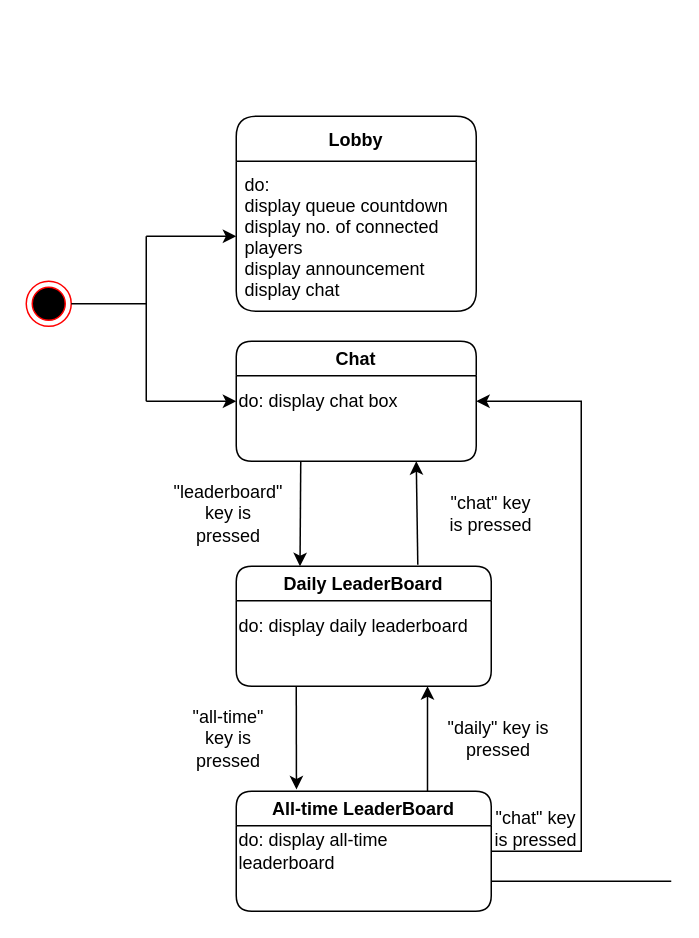
muratcanakcay/PW-SE1-TypeRacer keeps this draw.io diagram as TypeRacerGameState.drawio. Above is the earlier version. Source tidied: cells renumbered, new cells numbered last; positions are measured from the earlier drawing's top-left corner, leaving out a move shared by most shapes. Both pictures are drawn from the tidied source at 150%, with x=0, y=0 at pixel (26, 116).
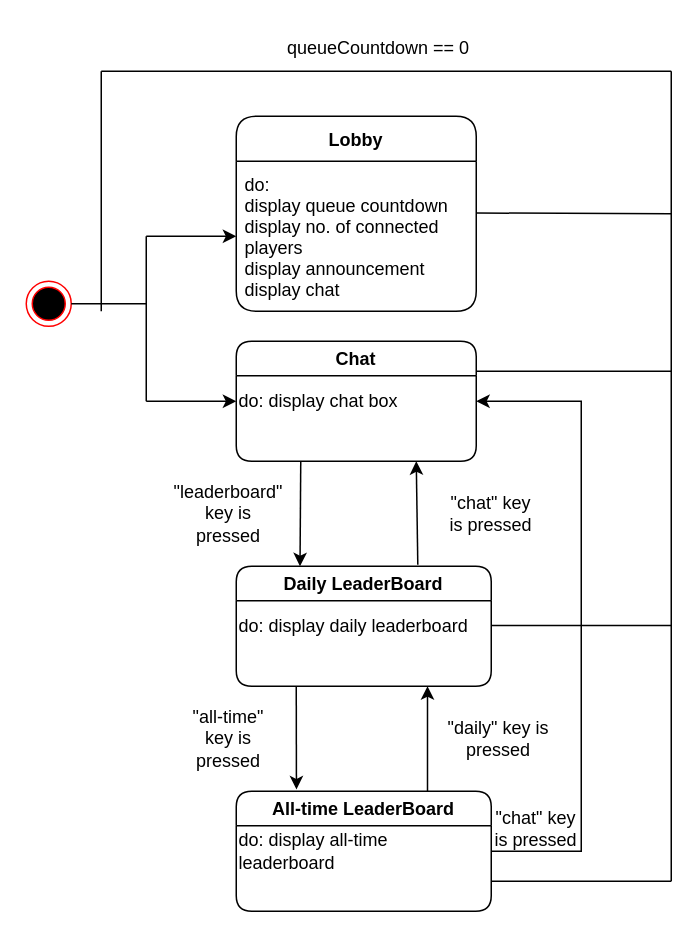
The same page after the edit.

Change to the diagram source:
```diff
@@
+    <mxCell id="26" style="endArrow=none;html=1;rounded=0;exitX=1;exitY=0.75;exitDx=0;exitDy=0;" parent="1" edge="1">
+      <mxGeometry relative="1" as="geometry">
+        <mxPoint x="310" y="339.5" as="sourcePoint" />
+        <mxPoint x="430" y="339.5" as="targetPoint" />
+      </mxGeometry>
+    </mxCell>
+    <mxCell id="27" style="endArrow=none;html=1;rounded=0;exitX=1;exitY=0.75;exitDx=0;exitDy=0;" parent="1" edge="1">
+      <mxGeometry relative="1" as="geometry">
+        <mxPoint x="300" y="170" as="sourcePoint" />
+        <mxPoint x="430" y="170" as="targetPoint" />
+      </mxGeometry>
+    </mxCell>
+    <mxCell id="28" style="endArrow=none;html=1;rounded=0;exitX=1;exitY=0.75;exitDx=0;exitDy=0;" parent="1" edge="1">
+      <mxGeometry relative="1" as="geometry">
+        <mxPoint x="300" y="64.5" as="sourcePoint" />
+        <mxPoint x="430" y="65" as="targetPoint" />
+      </mxGeometry>
+    </mxCell>
+    <mxCell id="29" style="endArrow=none;html=1;rounded=0;" parent="1" edge="1">
+      <mxGeometry relative="1" as="geometry">
+        <mxPoint x="430" y="510" as="sourcePoint" />
+        <mxPoint x="430" y="-30" as="targetPoint" />
+      </mxGeometry>
+    </mxCell>
+    <mxCell id="30" style="endArrow=none;html=1;rounded=0;" parent="1" edge="1">
+      <mxGeometry relative="1" as="geometry">
+        <mxPoint x="50" y="-30" as="sourcePoint" />
+        <mxPoint x="430" y="-30" as="targetPoint" />
+      </mxGeometry>
+    </mxCell>
+    <mxCell id="31" style="endArrow=none;html=1;rounded=0;" parent="1" edge="1">
+      <mxGeometry relative="1" as="geometry">
+        <mxPoint x="50" y="130" as="sourcePoint" />
+        <mxPoint x="50" y="-30" as="targetPoint" />
+      </mxGeometry>
+    </mxCell>
+    <mxCell id="32" value="queueCountdown == 0" style="text;html=1;strokeColor=none;fillColor=none;align=center;verticalAlign=middle;whiteSpace=wrap;rounded=0;" parent="1" vertex="1">
+      <mxGeometry x="170" y="-60" width="130" height="30" as="geometry" />
+    </mxCell>
```
